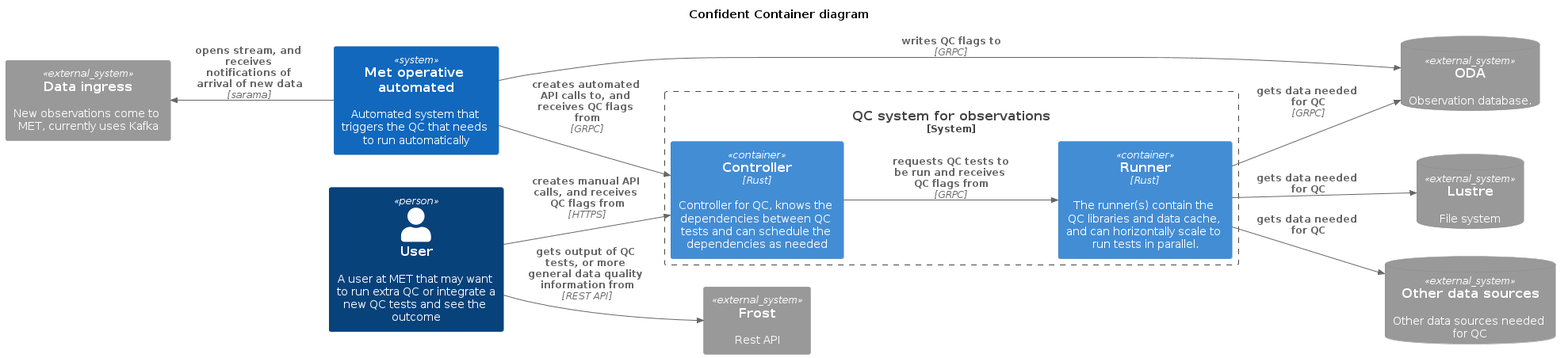
Above: docs/Confident_Container.png in metno/rove (PlantUML), before the change.
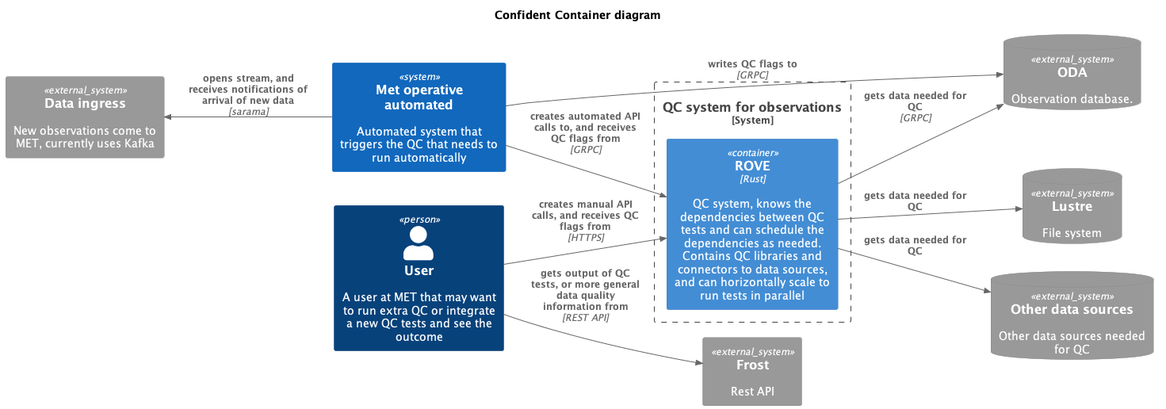
After the commit.

The edit, as a diff of the source:
```diff
@@ -17,19 +17,17 @@
 SystemDb_Ext(datasources, "Other data sources", "Other data sources needed for QC")
 
 System_Boundary(Confident, "QC system for observations") {
-  Container(controller, "Controller", "Rust", "Controller for QC, knows the dependencies between QC tests and can schedule the dependencies as needed")
-  Container(runner, "Runner", "Rust", "The runner(s) contain the QC libraries and data cache, and can horizontally scale to run tests in parallel.")
+  Container(rove, "ROVE", "Rust", "QC system, knows the dependencies between QC tests and can schedule the dependencies as needed. Contains QC libraries and connectors to data sources, and can horizontally scale to run tests in parallel")
 }
 
 Rel_U(new_obs_system, kafka, "opens stream, and receives notifications of arrival of new data", "sarama")
 
-Rel(controller, runner, "requests QC tests to be run and receives QC flags from", "GRPC")
 Rel(new_obs_system, oda, "writes QC flags to", "GRPC")
 
-Rel(user, controller, "creates manual API calls, and receives QC flags from", "HTTPS")
-Rel(new_obs_system, controller, "creates automated API calls to, and receives QC flags from", "GRPC")
-Rel(runner, oda, "gets data needed for QC", "GRPC")
-Rel(runner, lustre, "gets data needed for QC")
-Rel(runner, datasources, "gets data needed for QC")
+Rel(user, rove, "creates manual API calls, and receives QC flags from", "HTTPS")
+Rel(new_obs_system, rove, "creates automated API calls to, and receives QC flags from", "GRPC")
+Rel(rove, oda, "gets data needed for QC", "GRPC")
+Rel(rove, lustre, "gets data needed for QC")
+Rel(rove, datasources, "gets data needed for QC")
 Rel(user, frost, "gets output of QC tests, or more general data quality information from", "REST API")
 @enduml
```
